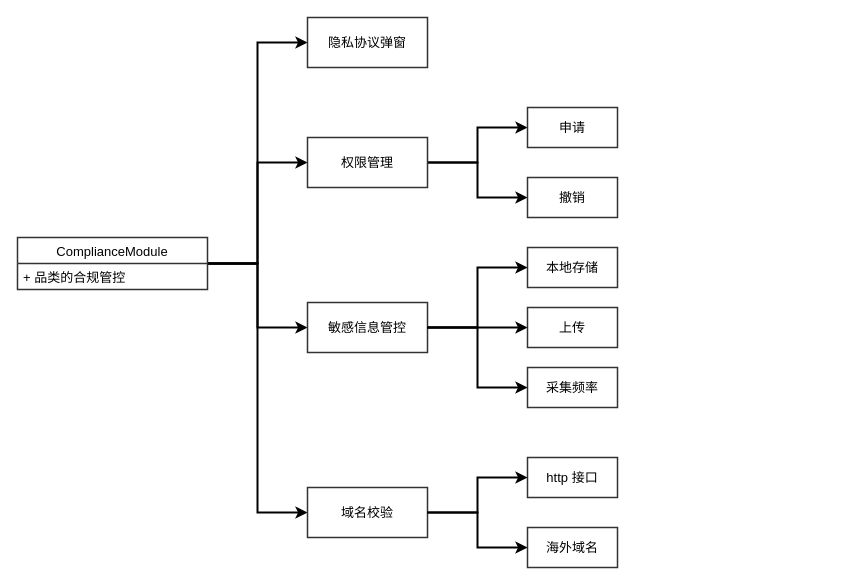
Earlier version of the draw.io diagram page "合规" (8 of 9) of 未命名绘图.drawio (ashen-23/DrawIORepo). Source tidied: cells renumbered, new cells numbered last; positions are measured from the earlier drawing's top-left corner, leaving out a move shared by most shapes. Both pictures are drawn from the tidied source at 100%, with x=0, y=0 at pixel (17, 17).
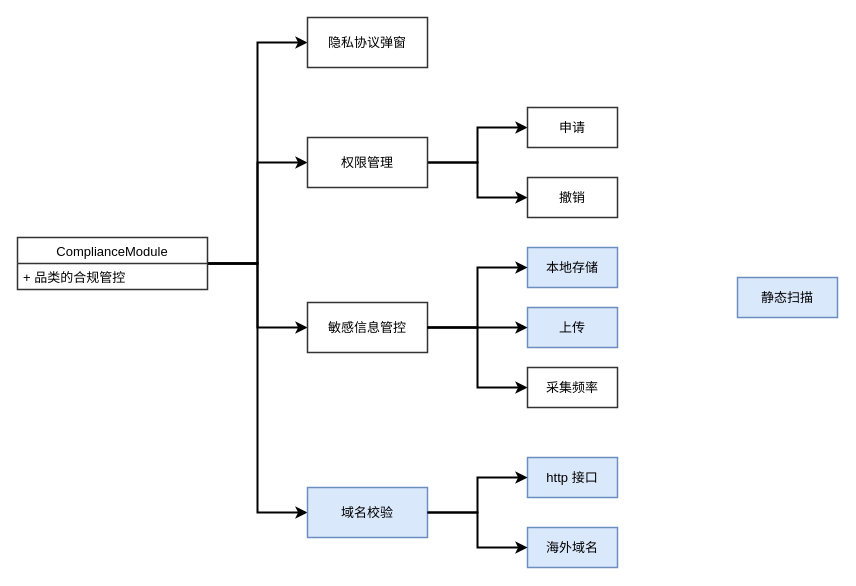
Above is the later version.

Unchanged cells that the change refers to:
```xml
<mxCell id="14" style="group;" parent="1" vertex="1">
  <mxGeometry x="290" y="440" width="310" height="110" as="geometry" />
</mxCell>
<mxCell id="20" style="group;" parent="1" vertex="1">
  <mxGeometry x="290" y="230" width="310" height="160" as="geometry" />
</mxCell>
```

Diff of the diagram source:
```diff
@@
-    <mxCell id="15" value="域名校验" style="whiteSpace=wrap;html=1;rounded=0;shadow=0;glass=0;strokeColor=#333333;strokeWidth=1.5;fontSize=13;fontColor=#000000;fillColor=none;gradientColor=none;" parent="14" vertex="1">
+    <mxCell id="15" value="域名校验" style="whiteSpace=wrap;html=1;rounded=0;shadow=0;glass=0;strokeColor=#6c8ebf;strokeWidth=1.5;fontSize=13;fillColor=#dae8fc;" parent="14" vertex="1">
       <mxGeometry y="30" width="120" height="50" as="geometry" />
     </mxCell>
-    <mxCell id="16" value="http 接口" style="whiteSpace=wrap;html=1;rounded=0;shadow=0;glass=0;strokeColor=#333333;strokeWidth=1.5;fontSize=13;fontColor=#000000;fillColor=none;gradientColor=none;" parent="14" vertex="1">
+    <mxCell id="16" value="http 接口" style="whiteSpace=wrap;html=1;rounded=0;shadow=0;glass=0;strokeColor=#6c8ebf;strokeWidth=1.5;fontSize=13;fillColor=#dae8fc;" parent="14" vertex="1">
       <mxGeometry x="220" width="90" height="40" as="geometry" />
     </mxCell>
@@
-    <mxCell id="18" value="海外域名" style="whiteSpace=wrap;html=1;rounded=0;shadow=0;glass=0;strokeColor=#333333;strokeWidth=1.5;fontSize=13;fontColor=#000000;fillColor=none;gradientColor=none;" parent="14" vertex="1">
+    <mxCell id="18" value="海外域名" style="whiteSpace=wrap;html=1;rounded=0;shadow=0;glass=0;strokeColor=#6c8ebf;strokeWidth=1.5;fontSize=13;fillColor=#dae8fc;" parent="14" vertex="1">
       <mxGeometry x="220" y="70" width="90" height="40" as="geometry" />
     </mxCell>
@@
-    <mxCell id="22" value="本地存储" style="whiteSpace=wrap;html=1;rounded=0;shadow=0;glass=0;strokeColor=#333333;strokeWidth=1.5;fontSize=13;fontColor=#000000;fillColor=none;gradientColor=none;" parent="20" vertex="1">
+    <mxCell id="22" value="本地存储" style="whiteSpace=wrap;html=1;rounded=0;shadow=0;glass=0;strokeColor=#6c8ebf;strokeWidth=1.5;fontSize=13;fillColor=#dae8fc;" parent="20" vertex="1">
       <mxGeometry x="220" width="90" height="40" as="geometry" />
     </mxCell>
@@
-    <mxCell id="24" value="上传" style="whiteSpace=wrap;html=1;rounded=0;shadow=0;glass=0;strokeColor=#333333;strokeWidth=1.5;fontSize=13;fontColor=#000000;fillColor=none;gradientColor=none;" parent="20" vertex="1">
+    <mxCell id="24" value="上传" style="whiteSpace=wrap;html=1;rounded=0;shadow=0;glass=0;strokeColor=#6c8ebf;strokeWidth=1.5;fontSize=13;fillColor=#dae8fc;" parent="20" vertex="1">
       <mxGeometry x="220" y="60" width="90" height="40" as="geometry" />
     </mxCell>
@@
+    <mxCell id="28" value="静态扫描" style="whiteSpace=wrap;html=1;rounded=0;shadow=0;glass=0;strokeColor=#6c8ebf;strokeWidth=1.5;fontSize=13;fillColor=#dae8fc;" parent="1" vertex="1">
+      <mxGeometry x="720" y="260" width="100" height="40" as="geometry" />
+    </mxCell>
```
